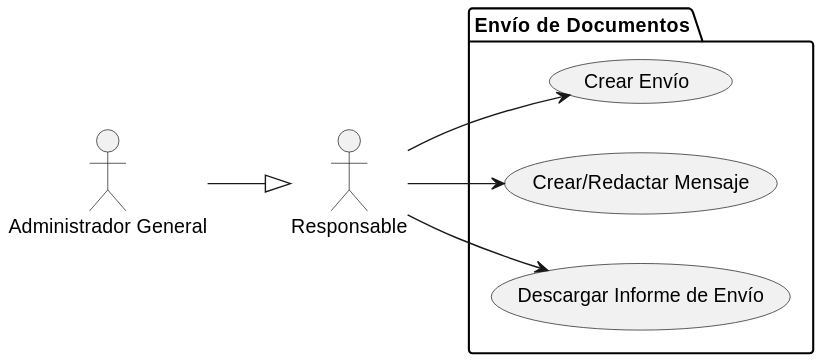
mmasias/24-25-IdSw1-SDR keeps this PlantUML diagram as docs/casosDeUso/diagramaCasosDeUso/envioDocumentos/envioDocumentos.svg. Above is the earlier version.
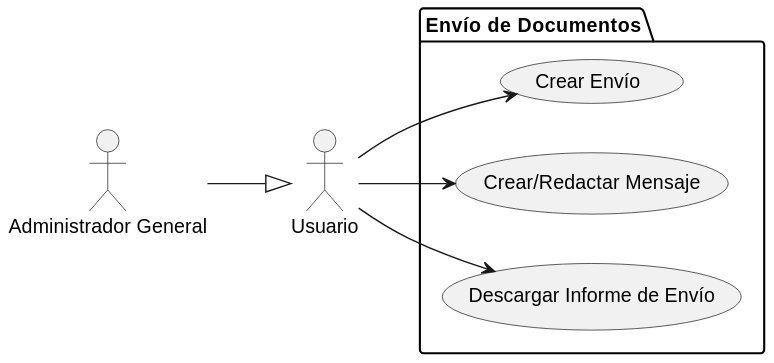
The same diagram one commit later.

Commit message:
FIX/ cambiar responsable a usuario

Change to the diagram source:
```diff
@@ -1,6 +1,6 @@
 @startuml
 left to right direction
-actor "Responsable" as Responsable
+actor "Usuario" as Usuario
 actor "Administrador General" as AdminGeneral
 
 package "Envío de Documentos" {
@@ -9,8 +9,8 @@
     usecase "Descargar Informe de Envío" as ED3
 }
 
-AdminGeneral --|> Responsable
-Responsable --> ED1
-Responsable --> ED2
-Responsable --> ED3
+AdminGeneral --|> Usuario
+Usuario --> ED1
+Usuario --> ED2
+Usuario --> ED3
 @enduml
```
